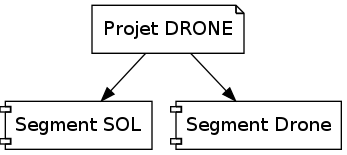
This is PJ/Slide/common/projet.png from estei-master/segment_SOL, a Graphviz export, as it was before one commit. Its source is kept beside it as PJ/Slide/common/projet.dot.
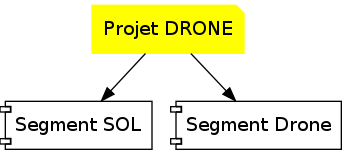
After the change.

What changed in the source:
```diff
@@ -1,5 +1,5 @@
 digraph G {
-"Projet DRONE" [shape=note];
+"Projet DRONE" [shape=note, style=filled, color=yellow];
 "Segment SOL" [shape=component] ;
 "Segment Drone" [shape=component];
 "Projet DRONE"-> "Segment SOL"
```
